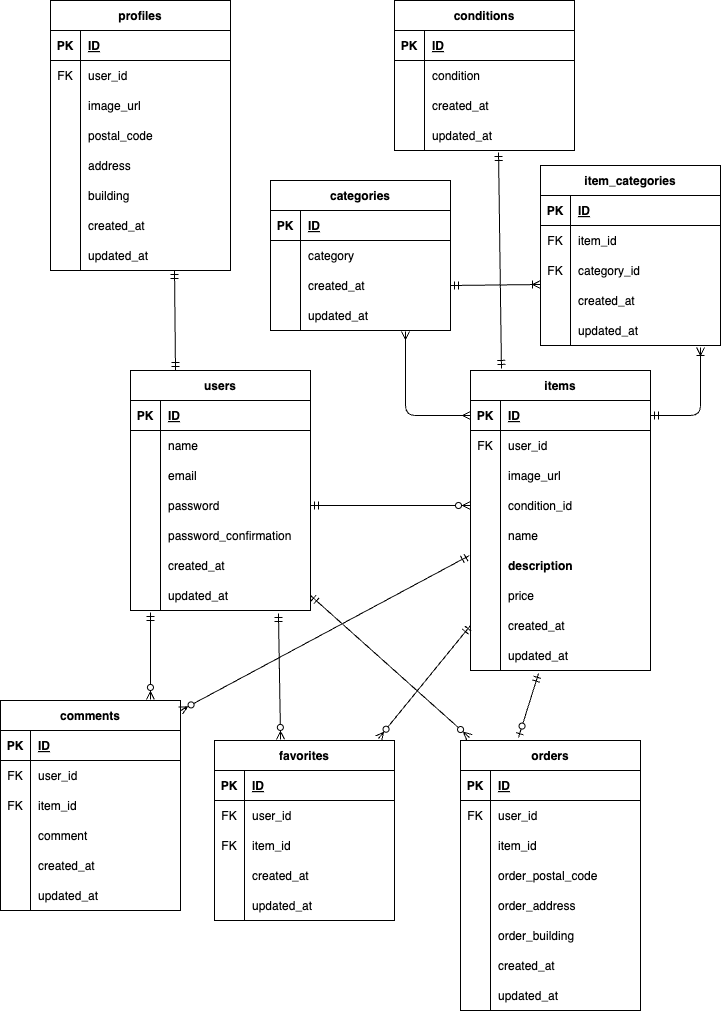
butterfly-39/mock_project1_20250127 keeps this draw.io diagram as diagram.png. Above is the earlier version. Source tidied: cells renumbered, new cells last; positions are measured from the earlier drawing's top-left corner, leaving out a move shared by most shapes.
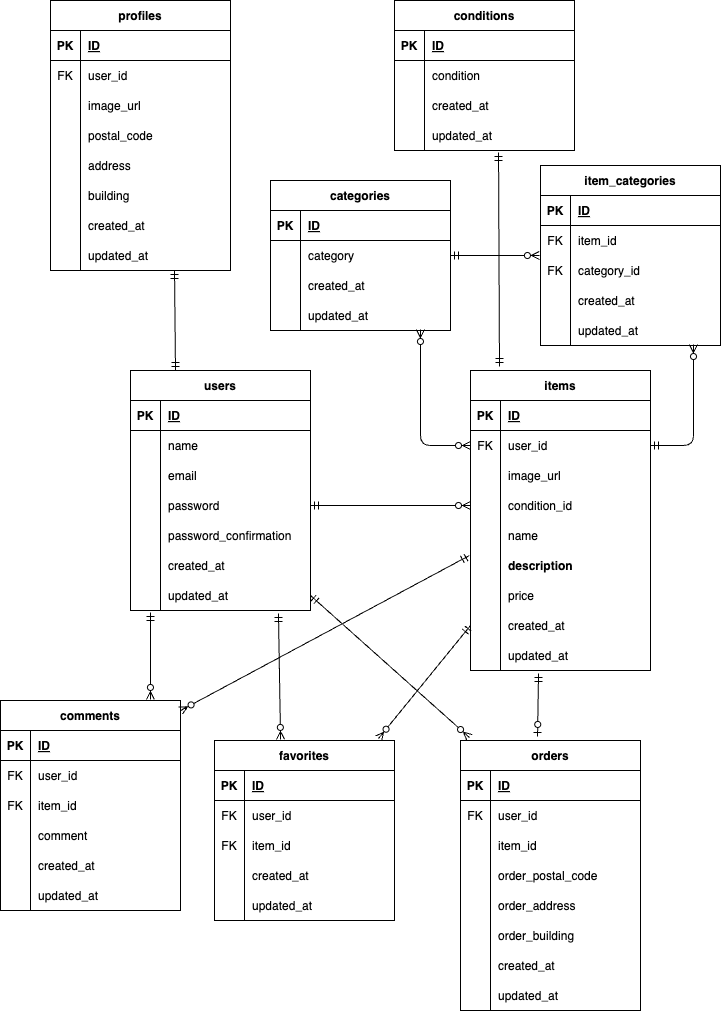
Above is the later version.

Change to the diagram source:
```diff
@@ -554,28 +554,28 @@
     <mxCell id="185" style="fontSize=12;html=1;endArrow=ERzeroToMany;startArrow=ERmandOne;exitX=0;exitY=0.5;exitDx=0;exitDy=0;entryX=0.911;entryY=-0.011;entryDx=0;entryDy=0;entryPerimeter=0;" parent="1" edge="1" source="84" target="27">
       <mxGeometry relative="1" as="geometry" />
     </mxCell>
-    <mxCell id="186" style="fontSize=12;html=1;endArrow=ERzeroToOne;startArrow=ERmandOne;entryX=0.322;entryY=-0.011;entryDx=0;entryDy=0;entryPerimeter=0;exitX=0.378;exitY=1.1;exitDx=0;exitDy=0;exitPerimeter=0;" parent="1" edge="1" source="87" target="2">
+    <mxCell id="186" style="fontSize=12;html=1;endArrow=ERzeroToOne;startArrow=ERmandOne;entryX=0.428;entryY=-0.015;entryDx=0;entryDy=0;entryPerimeter=0;exitX=0.378;exitY=1.1;exitDx=0;exitDy=0;exitPerimeter=0;" parent="1" edge="1" source="87" target="2">
       <mxGeometry relative="1" as="geometry" />
     </mxCell>
-    <mxCell id="187" style="fontSize=12;html=1;endArrow=ERmandOne;startArrow=ERmandOne;exitX=0.172;exitY=-0.007;exitDx=0;exitDy=0;exitPerimeter=0;entryX=0.578;entryY=1.067;entryDx=0;entryDy=0;entryPerimeter=0;" parent="1" edge="1" source="62" target="100">
+    <mxCell id="187" style="fontSize=12;html=1;endArrow=ERmandOne;startArrow=ERmandOne;entryX=0.578;entryY=1.067;entryDx=0;entryDy=0;entryPerimeter=0;exitX=0.161;exitY=-0.013;exitDx=0;exitDy=0;exitPerimeter=0;" parent="1" edge="1" source="62" target="100">
       <mxGeometry relative="1" as="geometry" />
     </mxCell>
-    <mxCell id="188" style="fontSize=12;html=1;endArrow=ERoneToMany;startArrow=ERmandOne;exitX=1;exitY=0.5;exitDx=0;exitDy=0;entryX=0.889;entryY=1.067;entryDx=0;entryDy=0;entryPerimeter=0;" parent="1" edge="1" source="63" target="176">
-      <mxGeometry relative="1" as="geometry">
-        <Array as="points">
-          <mxPoint x="700" y="415" />
-        </Array>
-      </mxGeometry>
-    </mxCell>
-    <mxCell id="189" style="fontSize=12;html=1;endArrow=ERoneToMany;startArrow=ERmandOne;exitX=1;exitY=0.5;exitDx=0;exitDy=0;entryX=0;entryY=0.967;entryDx=0;entryDy=0;entryPerimeter=0;" parent="1" edge="1" source="110" target="170">
-      <mxGeometry relative="1" as="geometry" />
-    </mxCell>
-    <mxCell id="190" style="fontSize=12;html=1;endArrow=ERmany;startArrow=ERmany;entryX=0;entryY=0.5;entryDx=0;entryDy=0;exitX=0.75;exitY=1.033;exitDx=0;exitDy=0;exitPerimeter=0;" parent="1" edge="1" source="113" target="63">
-      <mxGeometry relative="1" as="geometry">
-        <Array as="points">
-          <mxPoint x="405" y="415" />
-        </Array>
-      </mxGeometry>
-    </mxCell>
+    <mxCell id="191" style="fontSize=12;html=1;endArrow=ERzeroToMany;endFill=1;startArrow=ERzeroToMany;exitX=0;exitY=0.5;exitDx=0;exitDy=0;entryX=0.833;entryY=0.967;entryDx=0;entryDy=0;entryPerimeter=0;" parent="1" edge="1" source="66" target="113">
+      <mxGeometry relative="1" as="geometry">
+        <Array as="points">
+          <mxPoint x="420" y="445" />
+        </Array>
+      </mxGeometry>
+    </mxCell>
+    <mxCell id="192" style="fontSize=12;html=1;endArrow=ERzeroToMany;startArrow=ERmandOne;exitX=1;exitY=0.5;exitDx=0;exitDy=0;entryX=0.85;entryY=0.967;entryDx=0;entryDy=0;entryPerimeter=0;" parent="1" edge="1" source="66" target="176">
+      <mxGeometry relative="1" as="geometry">
+        <Array as="points">
+          <mxPoint x="693" y="445" />
+        </Array>
+      </mxGeometry>
+    </mxCell>
+    <mxCell id="193" style="fontSize=12;html=1;endArrow=ERzeroToMany;startArrow=ERmandOne;exitX=1;exitY=0.5;exitDx=0;exitDy=0;entryX=-0.006;entryY=0;entryDx=0;entryDy=0;entryPerimeter=0;" parent="1" edge="1" source="107" target="170">
+      <mxGeometry relative="1" as="geometry" />
+    </mxCell>
   </root>
 </mxGraphModel>
```
